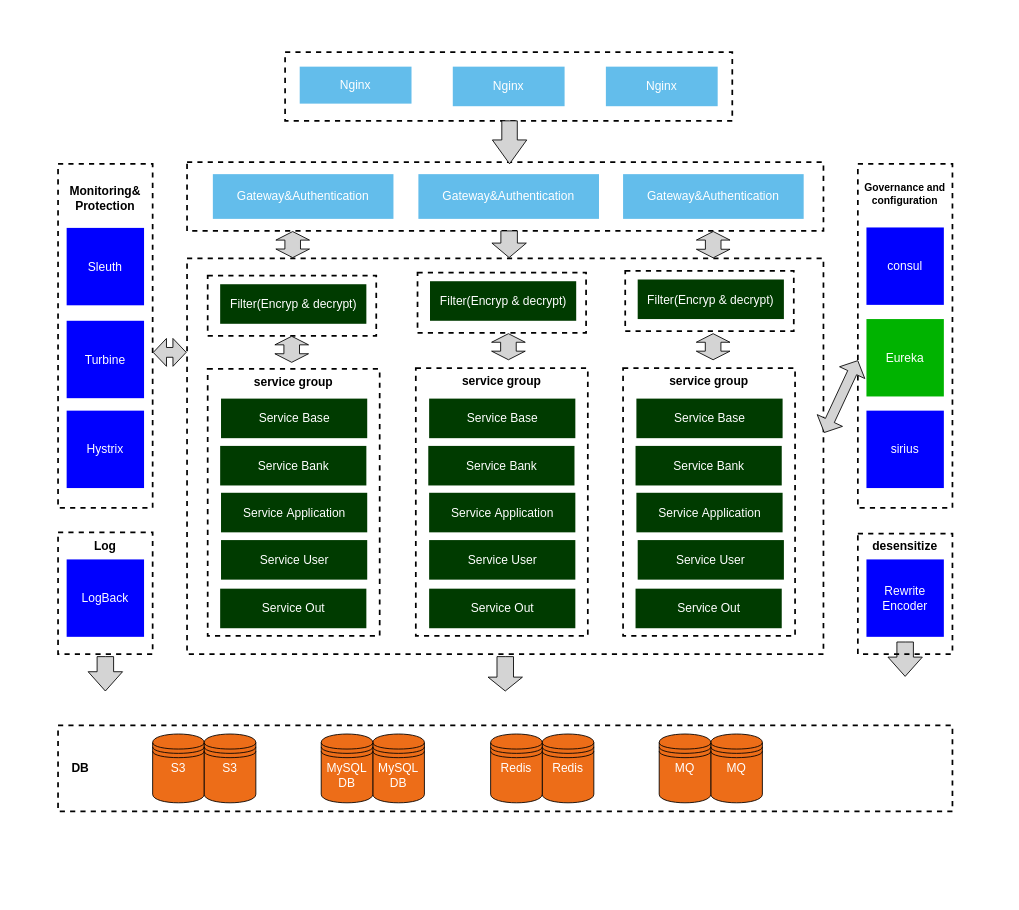
Before: user/ocmb-service.drawio in jiangwu85/cloud-config-samples, a draw.io diagram. Source tidied: cells renumbered, new cells numbered last; positions are measured from the earlier drawing's top-left corner, leaving out a move shared by most shapes. Both pictures are drawn from the tidied source at 86%, with x=0, y=0 at pixel (58, 52).
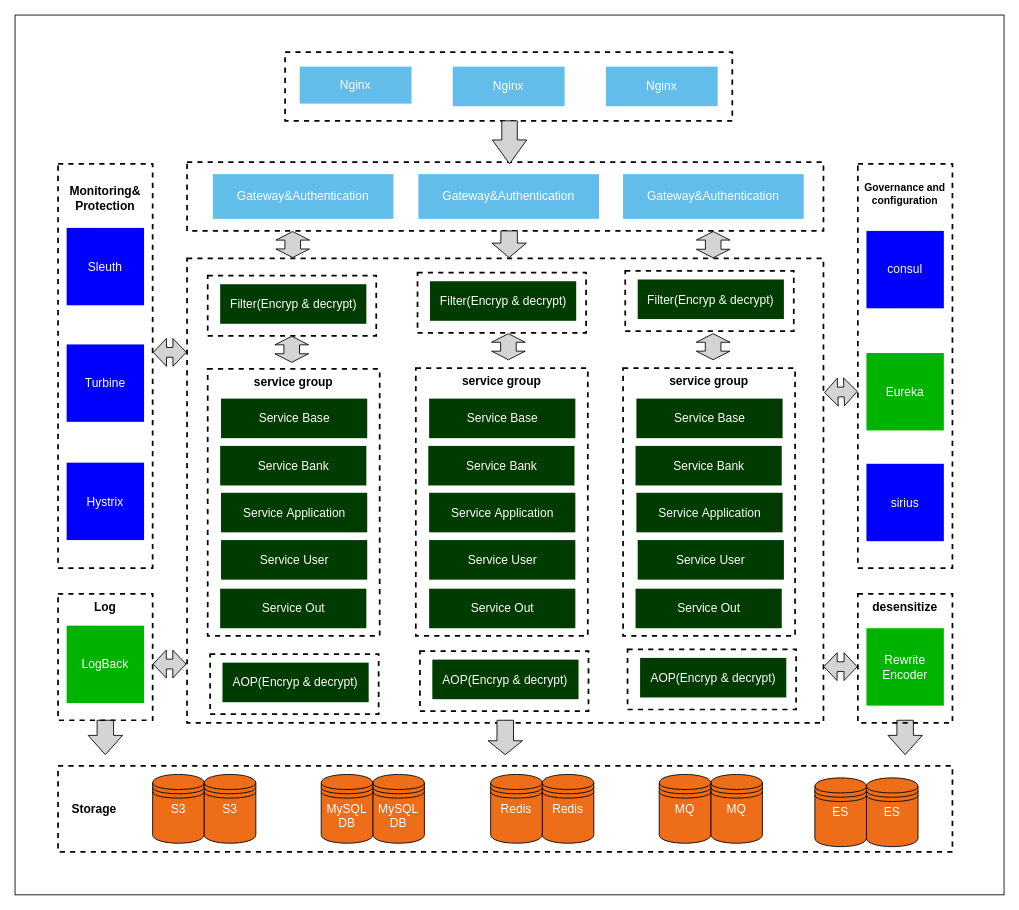
The same page after the edit.

The edit, as a diff of the source:
```diff
@@
+    <mxCell id="72" style="rounded=0;whiteSpace=wrap;html=1;" parent="1" vertex="1">
+      <mxGeometry x="-50" y="-43" width="1150" height="1023" as="geometry" />
+    </mxCell>
     <mxCell id="2" value="&lt;br style=&quot;font-size: 14px;&quot;&gt;&lt;div&gt;Monitoring&amp;amp;&lt;/div&gt;&lt;div&gt;Protection&lt;/div&gt;" style="rounded=0;whiteSpace=wrap;html=1;dashed=1;strokeWidth=2;fillColor=none;verticalAlign=top;fontSize=14;fontStyle=1;" parent="1" vertex="1">
-      <mxGeometry y="130" width="110" height="400" as="geometry" />
+      <mxGeometry y="130" width="110" height="470" as="geometry" />
     </mxCell>
@@
     <mxCell id="4" value="&lt;br&gt;&lt;div&gt;Governance and configuration&lt;/div&gt;" style="rounded=0;whiteSpace=wrap;html=1;dashed=1;strokeWidth=2;fillColor=none;verticalAlign=top;fontStyle=1;" parent="1" vertex="1">
-      <mxGeometry x="930" y="130" width="110" height="400" as="geometry" />
+      <mxGeometry x="930" y="130" width="110" height="470" as="geometry" />
     </mxCell>
@@
-    <mxCell id="6" value="　DB" style="rounded=0;whiteSpace=wrap;html=1;dashed=1;strokeWidth=2;fillColor=none;align=left;fontSize=14;fontStyle=1;" parent="1" vertex="1">
-      <mxGeometry y="783" width="1040" height="100" as="geometry" />
+    <mxCell id="6" value="　Storage" style="rounded=0;whiteSpace=wrap;html=1;dashed=1;strokeWidth=2;fillColor=none;align=left;fontSize=14;fontStyle=1;" parent="1" vertex="1">
+      <mxGeometry y="830" width="1040" height="100" as="geometry" />
     </mxCell>
     <mxCell id="7" style="rounded=0;whiteSpace=wrap;html=1;dashed=1;strokeWidth=2;fillColor=none;" parent="1" vertex="1">
-      <mxGeometry x="150" y="240" width="740" height="460" as="geometry" />
+      <mxGeometry x="150" y="240" width="740" height="540" as="geometry" />
     </mxCell>
@@
     <mxCell id="12" value="Turbine" style="rounded=0;whiteSpace=wrap;html=1;dashed=1;strokeWidth=2;fillColor=#0000FF;fontSize=14;strokeColor=none;fontColor=#FFFFFF;" parent="1" vertex="1">
-      <mxGeometry x="10" y="312.5" width="90" height="90" as="geometry" />
+      <mxGeometry x="10" y="340" width="90" height="90" as="geometry" />
     </mxCell>
     <mxCell id="13" value="Hystrix" style="rounded=0;whiteSpace=wrap;html=1;dashed=1;strokeWidth=2;fillColor=#0000FF;fontSize=14;strokeColor=none;fontColor=#FFFFFF;" parent="1" vertex="1">
-      <mxGeometry x="10" y="417" width="90" height="90" as="geometry" />
+      <mxGeometry x="10" y="477.5" width="90" height="90" as="geometry" />
     </mxCell>
@@
     <mxCell id="29" value="consul" style="rounded=0;whiteSpace=wrap;html=1;dashed=1;strokeWidth=2;fillColor=#0000FF;fontSize=14;strokeColor=none;fontColor=#FFFFFF;" parent="1" vertex="1">
-      <mxGeometry x="940" y="204" width="90" height="90" as="geometry" />
+      <mxGeometry x="940" y="208" width="90" height="90" as="geometry" />
     </mxCell>
     <mxCell id="30" value="Eureka" style="rounded=0;whiteSpace=wrap;html=1;dashed=1;strokeWidth=2;fillColor=#00B300;fontSize=14;strokeColor=none;fontColor=#FFFFFF;" parent="1" vertex="1">
-      <mxGeometry x="940" y="310.5" width="90" height="90" as="geometry" />
+      <mxGeometry x="940" y="350" width="90" height="90" as="geometry" />
     </mxCell>
     <mxCell id="31" value="sirius" style="rounded=0;whiteSpace=wrap;html=1;dashed=1;strokeWidth=2;fillColor=#0000FF;fontSize=14;strokeColor=none;fontColor=#FFFFFF;" parent="1" vertex="1">
-      <mxGeometry x="940" y="417" width="90" height="90" as="geometry" />
+      <mxGeometry x="940" y="478.8" width="90" height="90" as="geometry" />
     </mxCell>
     <mxCell id="32" style="group;" parent="1" vertex="1">
-      <mxGeometry x="699" y="793" width="120" height="80" as="geometry" />
+      <mxGeometry x="699" y="840" width="120" height="80" as="geometry" />
     </mxCell>
@@
     <mxCell id="35" style="group;" parent="1" vertex="1">
-      <mxGeometry x="503" y="793" width="120" height="80" as="geometry" />
+      <mxGeometry x="503" y="840" width="120" height="80" as="geometry" />
     </mxCell>
@@
     <mxCell id="38" style="group;" parent="1" vertex="1">
-      <mxGeometry x="306" y="793" width="120" height="80" as="geometry" />
+      <mxGeometry x="306" y="840" width="120" height="80" as="geometry" />
     </mxCell>
@@
     <mxCell id="41" style="group;" parent="1" vertex="1">
-      <mxGeometry x="110" y="793" width="120" height="80" as="geometry" />
+      <mxGeometry x="110" y="840" width="120" height="80" as="geometry" />
     </mxCell>
@@
-    <mxCell id="46" style="shape=flexArrow;endArrow=classic;startArrow=classic;html=1;fontSize=14;fontColor=#FFFFFF;width=11.395348837209303;startSize=4.800000000000001;endSize=4.800000000000001;entryX=1.001;entryY=0.441;entryDx=0;entryDy=0;entryPerimeter=0;fillColor=#D4D4D4;exitX=0.001;exitY=0.571;exitDx=0;exitDy=0;exitPerimeter=0;" parent="1" edge="1" source="4" target="7">
+    <mxCell id="46" style="shape=flexArrow;endArrow=classic;startArrow=classic;html=1;fontSize=14;fontColor=#FFFFFF;width=11.395348837209303;startSize=4.800000000000001;endSize=4.800000000000001;entryX=1.001;entryY=0.289;entryDx=0;entryDy=0;fillColor=#D4D4D4;exitX=-0.002;exitY=0.563;exitDx=0;exitDy=0;exitPerimeter=0;entryPerimeter=0;" parent="1" edge="1" source="4" target="7">
       <mxGeometry relative="1" as="geometry" />
     </mxCell>
@@
     <mxCell id="48" style="html=1;shadow=0;dashed=0;align=center;verticalAlign=middle;shape=mxgraph.arrows2.arrow;dy=0.52;dx=22.43;direction=south;notch=0;strokeWidth=1;fillColor=#D4D4D4;fontSize=14;fontColor=#FFFFFF;" parent="1" vertex="1">
-      <mxGeometry x="35" y="703" width="40" height="40" as="geometry" />
+      <mxGeometry x="35" y="777" width="40" height="40" as="geometry" />
     </mxCell>
     <mxCell id="49" style="html=1;shadow=0;dashed=0;align=center;verticalAlign=middle;shape=mxgraph.arrows2.arrow;dy=0.52;dx=22.43;direction=south;notch=0;strokeWidth=1;fillColor=#D4D4D4;fontSize=14;fontColor=#FFFFFF;" parent="1" vertex="1">
-      <mxGeometry x="965" y="686" width="40" height="40" as="geometry" />
+      <mxGeometry x="965" y="777" width="40" height="40" as="geometry" />
     </mxCell>
     <mxCell id="50" style="html=1;shadow=0;dashed=0;align=center;verticalAlign=middle;shape=mxgraph.arrows2.arrow;dy=0.52;dx=16.13;direction=south;notch=0;strokeWidth=1;fillColor=#D4D4D4;fontSize=14;fontColor=#FFFFFF;" parent="1" vertex="1">
-      <mxGeometry x="500" y="703" width="40" height="40" as="geometry" />
+      <mxGeometry x="500" y="777" width="40" height="40" as="geometry" />
     </mxCell>
@@
     <mxCell id="68" value="Log" style="rounded=0;whiteSpace=wrap;html=1;dashed=1;strokeWidth=2;fillColor=none;verticalAlign=top;fontSize=14;fontStyle=1;" parent="1" vertex="1">
-      <mxGeometry y="558.5" width="110" height="141.5" as="geometry" />
+      <mxGeometry y="630" width="110" height="147" as="geometry" />
     </mxCell>
-    <mxCell id="69" value="LogBack" style="rounded=0;whiteSpace=wrap;html=1;dashed=1;strokeWidth=2;fillColor=#0000FF;fontSize=14;strokeColor=none;fontColor=#FFFFFF;" parent="1" vertex="1">
-      <mxGeometry x="10" y="590" width="90" height="90" as="geometry" />
+    <mxCell id="69" value="LogBack" style="rounded=0;whiteSpace=wrap;html=1;dashed=1;strokeWidth=2;fillColor=#00B300;fontSize=14;strokeColor=none;fontColor=#FFFFFF;" parent="1" vertex="1">
+      <mxGeometry x="10" y="667" width="90" height="90" as="geometry" />
     </mxCell>
     <mxCell id="70" value="desensitize" style="rounded=0;whiteSpace=wrap;html=1;dashed=1;strokeWidth=2;fillColor=none;verticalAlign=top;fontSize=14;fontStyle=1;" parent="1" vertex="1">
-      <mxGeometry x="930" y="560" width="110" height="140" as="geometry" />
+      <mxGeometry x="930" y="630" width="110" height="150" as="geometry" />
     </mxCell>
-    <mxCell id="71" value="Rewrite&lt;br&gt;Encoder" style="rounded=0;whiteSpace=wrap;html=1;dashed=1;strokeWidth=2;fillColor=#0000FF;fontSize=14;strokeColor=none;fontColor=#FFFFFF;" parent="1" vertex="1">
-      <mxGeometry x="940" y="590" width="90" height="90" as="geometry" />
+    <mxCell id="71" value="Rewrite&lt;br&gt;Encoder" style="rounded=0;whiteSpace=wrap;html=1;dashed=1;strokeWidth=2;fillColor=#00B300;fontSize=14;strokeColor=none;fontColor=#FFFFFF;" parent="1" vertex="1">
+      <mxGeometry x="940" y="670" width="90" height="90" as="geometry" />
     </mxCell>
+    <mxCell id="73" style="shape=flexArrow;endArrow=classic;startArrow=classic;html=1;fontSize=14;fontColor=#FFFFFF;width=11.395348837209303;startSize=4.800000000000001;endSize=4.800000000000001;exitX=0;exitY=0.459;exitDx=0;exitDy=0;exitPerimeter=0;entryX=1.001;entryY=0.441;entryDx=0;entryDy=0;entryPerimeter=0;fillColor=#D4D4D4;" parent="1" edge="1">
+      <mxGeometry relative="1" as="geometry">
+        <mxPoint x="149.3" y="711.6" as="sourcePoint" />
+        <mxPoint x="110" y="711.7" as="targetPoint" />
+      </mxGeometry>
+    </mxCell>
+    <mxCell id="74" style="shape=flexArrow;endArrow=classic;startArrow=classic;html=1;fontSize=14;fontColor=#FFFFFF;width=11.395348837209303;startSize=4.800000000000001;endSize=4.800000000000001;entryX=1;entryY=0.25;entryDx=0;entryDy=0;fillColor=#D4D4D4;exitX=-0.002;exitY=0.563;exitDx=0;exitDy=0;exitPerimeter=0;" parent="1" edge="1">
+      <mxGeometry relative="1" as="geometry">
+        <mxPoint x="929.8" y="714.8" as="sourcePoint" />
+        <mxPoint x="890" y="714.6" as="targetPoint" />
+      </mxGeometry>
+    </mxCell>
+    <mxCell id="75" style="group;" parent="1" vertex="1">
+      <mxGeometry x="880" y="844" width="120" height="80" as="geometry" />
+    </mxCell>
+    <mxCell id="76" value="ES" style="shape=datastore;whiteSpace=wrap;html=1;strokeWidth=1;fillColor=#ED6D18;fontSize=14;fontColor=#FFFFFF;verticalAlign=top;" parent="75" vertex="1">
+      <mxGeometry x="60" width="60" height="80" as="geometry" />
+    </mxCell>
+    <mxCell id="77" value="ES" style="shape=datastore;whiteSpace=wrap;html=1;strokeWidth=1;fillColor=#ED6D18;fontSize=14;fontColor=#FFFFFF;verticalAlign=top;" parent="75" vertex="1">
+      <mxGeometry width="60" height="80" as="geometry" />
+    </mxCell>
+    <mxCell id="78" style="rounded=0;whiteSpace=wrap;html=1;dashed=1;strokeWidth=2;fillColor=none;" parent="1" vertex="1">
+      <mxGeometry x="176.8" y="700" width="196" height="70" as="geometry" />
+    </mxCell>
+    <mxCell id="79" value="AOP(Encryp &amp;amp; decrypt)" style="rounded=0;whiteSpace=wrap;html=1;dashed=1;strokeWidth=2;fillColor=#003B00;fontSize=14;fontColor=#FFFFFF;strokeColor=none;" parent="1" vertex="1">
+      <mxGeometry x="191.2" y="710" width="170" height="46" as="geometry" />
+    </mxCell>
+    <mxCell id="80" style="rounded=0;whiteSpace=wrap;html=1;dashed=1;strokeWidth=2;fillColor=none;" parent="1" vertex="1">
+      <mxGeometry x="420.8" y="696.5" width="196" height="70" as="geometry" />
+    </mxCell>
+    <mxCell id="81" value="AOP(Encryp &amp;amp; decrypt)" style="rounded=0;whiteSpace=wrap;html=1;dashed=1;strokeWidth=2;fillColor=#003B00;fontSize=14;fontColor=#FFFFFF;strokeColor=none;" parent="1" vertex="1">
+      <mxGeometry x="435.2" y="706.5" width="170" height="46" as="geometry" />
+    </mxCell>
+    <mxCell id="82" style="rounded=0;whiteSpace=wrap;html=1;dashed=1;strokeWidth=2;fillColor=none;" parent="1" vertex="1">
+      <mxGeometry x="662.2" y="694.5" width="196" height="70" as="geometry" />
+    </mxCell>
+    <mxCell id="83" value="AOP(Encryp &amp;amp; decrypt)" style="rounded=0;whiteSpace=wrap;html=1;dashed=1;strokeWidth=2;fillColor=#003B00;fontSize=14;fontColor=#FFFFFF;strokeColor=none;" parent="1" vertex="1">
+      <mxGeometry x="676.8" y="704.5" width="170" height="46" as="geometry" />
+    </mxCell>
```
